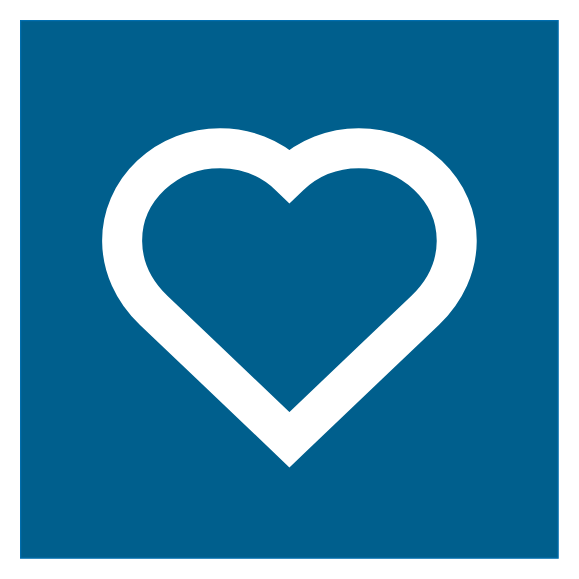
The draw.io diagram lib/assets/icons/app_icon.drawio in TheophilusM/wellthemes-shortcodes, before the edit. Source tidied: cells renumbered, new cells numbered last; positions are measured from the earlier drawing's top-left corner, leaving out a move shared by most shapes. Both pictures are drawn from the tidied source at 125%, with x=0, y=0 at pixel (20, 20).
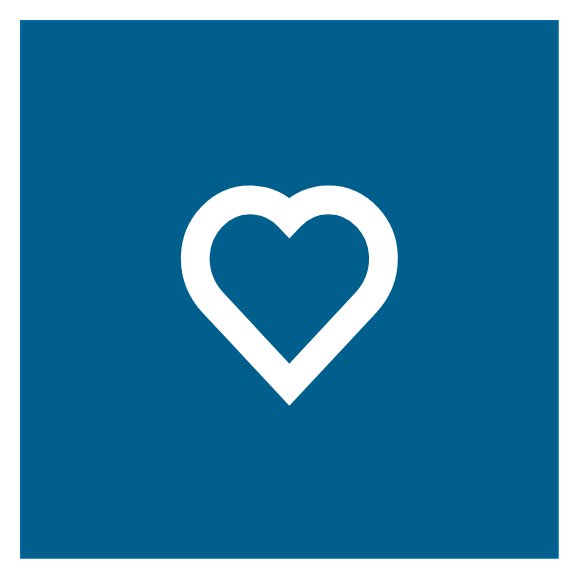
The same diagram, later.

The edit, as a diff of the source:
```diff
@@
 <mxGraphModel>
   <root>
     <mxCell id="0" />
     <mxCell id="1" parent="0" />
     <mxCell id="2" style="whiteSpace=wrap;html=1;strokeColor=#006EAF;fillColor=light-dark(#005F8D,#005F8D);fontColor=#ffffff;" parent="1" vertex="1">
       <mxGeometry width="430" height="430" as="geometry" />
     </mxCell>
-    <mxCell id="3" style="verticalLabelPosition=bottom;verticalAlign=top;html=1;shape=mxgraph.basic.heart;noLabel=0;fillOpacity=100;strokeWidth=32;shadow=0;fillColor=none;strokeColor=#FFFFFF;" parent="1" vertex="1">
-      <mxGeometry x="72.8" y="94.7" width="284.5" height="240.6" as="geometry" />
+    <mxCell id="3" style="verticalLabelPosition=bottom;verticalAlign=top;html=1;shape=mxgraph.basic.heart;noLabel=0;fillOpacity=100;strokeWidth=23;shadow=0;fillColor=none;strokeColor=#FFFFFF;perimeterSpacing=0;" parent="1" vertex="1">
+      <mxGeometry x="135" y="138.8" width="160" height="152.5" as="geometry" />
     </mxCell>
   </root>
 </mxGraphModel>
```
